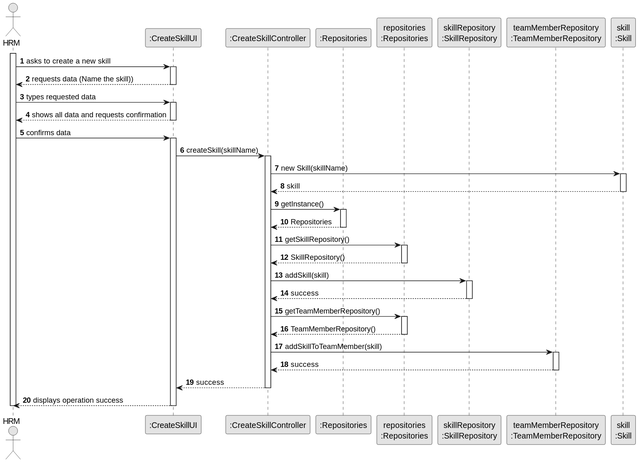
Above: docs/sprintC/us001/03.design/svg/us001-sequence-diagram-full.svg in Mendoncaa/LAPR2 (PlantUML), before the change. Source of this version:
```plantuml
@startuml
skinparam monochrome true
skinparam packageStyle rectangle
skinparam shadowing false

autonumber

actor "HRM" as ADM
participant ":CreateSkillUI" as UI
participant ":CreateSkillController" as CTRL
participant ":Repositories" as RepositorySingleton
participant "repositories\n:Repositories" as PLAT
participant "skillRepository\n:SkillRepository" as SkillRepository
participant "teamMemberRepository\n:TeamMemberRepository" as TeamMemberRepository
participant "skill\n:Skill" as Skill

activate ADM

    ADM -> UI : asks to create a new skill
    activate UI

    UI --> ADM : requests data (Name the skill))
    deactivate UI

    ADM -> UI : types requested data
    activate UI

    UI --> ADM : shows all data and requests confirmation
    deactivate UI

    ADM -> UI : confirms data
    activate UI

    UI -> CTRL : createSkill(skillName)
    activate CTRL

    CTRL -> Skill : new Skill(skillName)
    activate Skill
    CTRL <-- Skill : skill
    deactivate Skill

    CTRL -> RepositorySingleton : getInstance()
    activate RepositorySingleton
    CTRL <-- RepositorySingleton : Repositories
    deactivate RepositorySingleton

    CTRL -> PLAT : getSkillRepository()
    activate PLAT
    CTRL <-- PLAT : SkillRepository()
    deactivate PLAT

    CTRL -> SkillRepository : addSkill(skill)
    activate SkillRepository
    CTRL <-- SkillRepository : success
    deactivate SkillRepository

    CTRL -> PLAT : getTeamMemberRepository()
    activate PLAT
    CTRL <-- PLAT : TeamMemberRepository()
    deactivate PLAT

    CTRL -> TeamMemberRepository : addSkillToTeamMember(skill)
    activate TeamMemberRepository
    CTRL <-- TeamMemberRepository : success
    deactivate TeamMemberRepository

    CTRL --> UI : success
    deactivate CTRL

    UI --> ADM : displays operation success
deactivate UI

deactivate ADM
@enduml
```
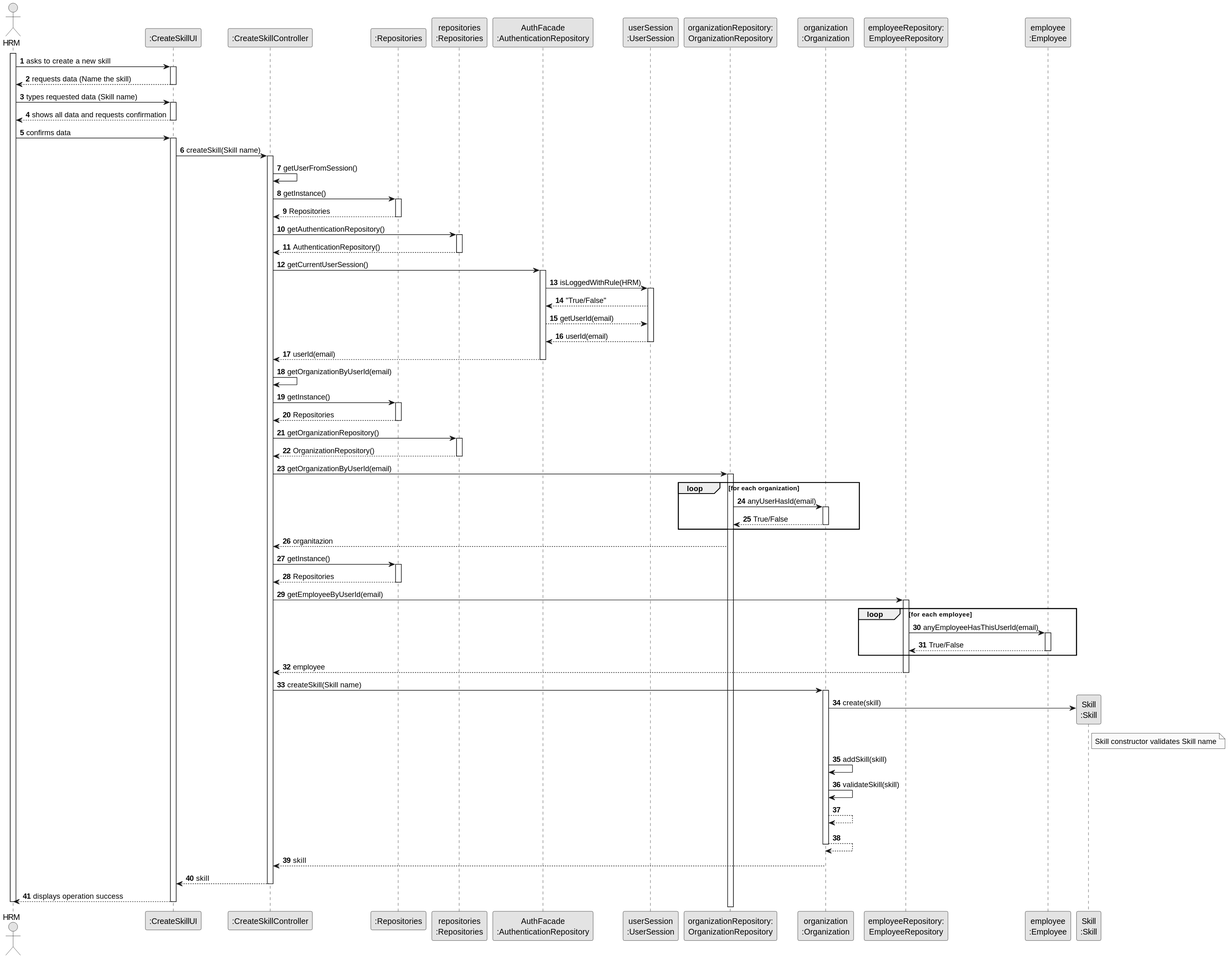
The same diagram one commit later.

Diff of the diagram source:
```diff
@@ -10,65 +10,130 @@
 participant ":CreateSkillController" as CTRL
 participant ":Repositories" as RepositorySingleton
 participant "repositories\n:Repositories" as PLAT
-participant "skillRepository\n:SkillRepository" as SkillRepository
-participant "teamMemberRepository\n:TeamMemberRepository" as TeamMemberRepository
-participant "skill\n:Skill" as Skill
+participant "AuthFacade\n:AuthenticationRepository" as AUTHREP
+participant "userSession\n:UserSession" as USER
+participant "organizationRepository:\nOrganizationRepository" as OrganizationRepository
+participant "organization\n:Organization" as ORG
+participant "employeeRepository:\nEmployeeRepository" as EMPREP
+participant "employee\n:Employee" as EMP
+participant "Skill\n:Skill" as SKILL
 
 activate ADM
 
-    ADM -> UI : asks to create a new skill
+        ADM -> UI : asks to create a new skill
+        activate UI
+
+        UI --> ADM : requests data (Name the skill)
+    deactivate UI
+
+    ADM -> UI : types requested data (Skill name)
     activate UI
 
-    UI --> ADM : requests data (Name the skill))
-    deactivate UI
-
-    ADM -> UI : types requested data
-    activate UI
-
-    UI --> ADM : shows all data and requests confirmation
+        UI --> ADM : shows all data and requests confirmation
     deactivate UI
 
     ADM -> UI : confirms data
     activate UI
 
-    UI -> CTRL : createSkill(skillName)
-    activate CTRL
+        UI -> CTRL : createSkill(Skill name)
+        activate CTRL
 
-    CTRL -> Skill : new Skill(skillName)
-    activate Skill
-    CTRL <-- Skill : skill
-    deactivate Skill
+        CTRL -> CTRL : getUserFromSession()
 
-    CTRL -> RepositorySingleton : getInstance()
-    activate RepositorySingleton
-    CTRL <-- RepositorySingleton : Repositories
-    deactivate RepositorySingleton
+        CTRL -> RepositorySingleton : getInstance()
+        activate RepositorySingleton
+        CTRL <-- RepositorySingleton : Repositories
+        deactivate RepositorySingleton
 
-    CTRL -> PLAT : getSkillRepository()
-    activate PLAT
-    CTRL <-- PLAT : SkillRepository()
-    deactivate PLAT
+        CTRL -> PLAT : getAuthenticationRepository()
 
-    CTRL -> SkillRepository : addSkill(skill)
-    activate SkillRepository
-    CTRL <-- SkillRepository : success
-    deactivate SkillRepository
+        activate PLAT
+        CTRL <-- PLAT : AuthenticationRepository()
+        deactivate PLAT
 
-    CTRL -> PLAT : getTeamMemberRepository()
-    activate PLAT
-    CTRL <-- PLAT : TeamMemberRepository()
-    deactivate PLAT
+        CTRL -> AUTHREP : getCurrentUserSession()
+        activate AUTHREP
 
-    CTRL -> TeamMemberRepository : addSkillToTeamMember(skill)
-    activate TeamMemberRepository
-    CTRL <-- TeamMemberRepository : success
-    deactivate TeamMemberRepository
+        AUTHREP -> USER : isLoggedWithRule(HRM)
+        activate USER
 
-    CTRL --> UI : success
-    deactivate CTRL
+        AUTHREP <-- USER : "True/False"
+        AUTHREP --> USER : getUserId(email)
+        AUTHREP <-- USER : userId(email)
+        deactivate USER
 
-    UI --> ADM : displays operation success
-deactivate UI
+        CTRL <-- AUTHREP : userId(email)
+        deactivate AUTHREP
+
+        CTRL -> CTRL : getOrganizationByUserId(email)
+
+
+        CTRL -> RepositorySingleton : getInstance()
+        activate RepositorySingleton
+        CTRL <-- RepositorySingleton : Repositories
+        deactivate RepositorySingleton
+
+
+
+        CTRL -> PLAT : getOrganizationRepository()
+        activate PLAT
+        CTRL <-- PLAT : OrganizationRepository()
+        deactivate PLAT
+
+
+        CTRL -> OrganizationRepository :getOrganizationByUserId(email)
+        activate OrganizationRepository
+            loop for each organization
+            OrganizationRepository -> ORG : anyUserHasId(email)
+            activate ORG
+            OrganizationRepository <-- ORG : True/False
+            deactivate ORG
+            end loop
+
+        CTRL <-- OrganizationRepository : organitazion
+
+        CTRL -> RepositorySingleton : getInstance()
+             activate RepositorySingleton
+             CTRL <-- RepositorySingleton : Repositories
+              deactivate RepositorySingleton
+
+         CTRL -> EMPREP :getEmployeeByUserId(email)
+             activate EMPREP
+             loop for each employee
+             EMPREP -> EMP : anyEmployeeHasThisUserId(email)
+             activate EMP
+             EMPREP <-- EMP : True/False
+             deactivate EMP
+             end loop
+
+             CTRL <-- EMPREP : employee
+             deactivate EMPREP
+
+
+
+        CTRL -> ORG: createSkill(Skill name)
+            activate ORG
+
+            ORG -> SKILL**: create(skill)
+            note right of SKILL
+            Skill constructor validates Skill name
+            endnote
+
+            ORG -> ORG: addSkill(skill)
+            ORG -> ORG: validateSkill(skill)
+
+            ORG --> ORG
+            ORG --> ORG
+            deactivate ORG
+
+
+            ORG --> CTRL : skill
+            deactivate ORG
+
+            CTRL --> UI: skill
+            deactivate CTRL
+            UI --> ADM: displays operation success
+    deactivate UI
 
 deactivate ADM
 @enduml
```
